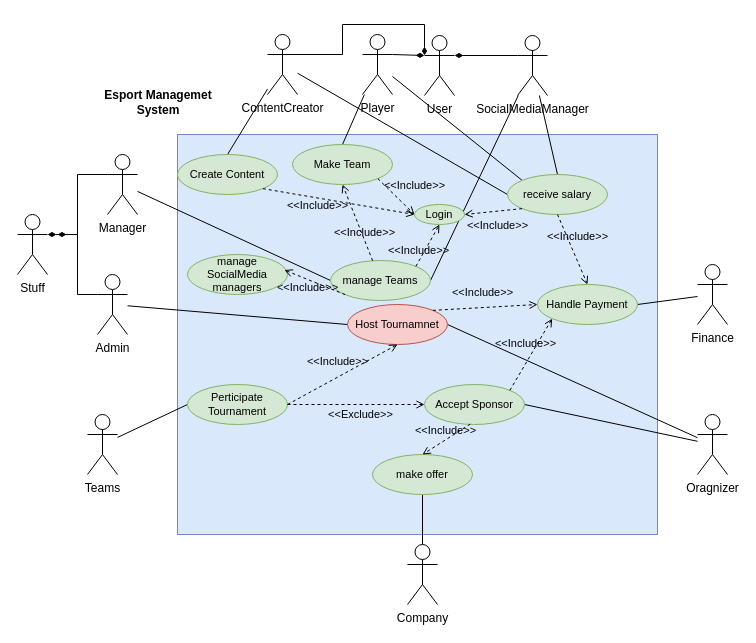
Before: page "Usecase" (1 of 3) of diagrams/Diagram.drawio in b14ck0ps/ADMS-Project-Report, a draw.io diagram. Source tidied: cells renumbered, new cells numbered last; positions are measured from the earlier drawing's top-left corner, leaving out a move shared by most shapes. Both pictures are drawn from the tidied source at 100%, with x=0, y=0 at pixel (17, 24).
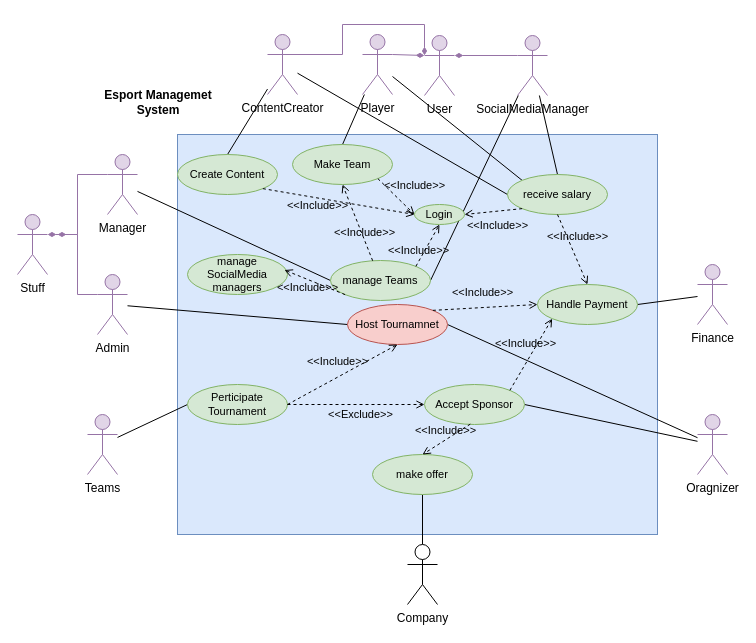
The same page after the edit.

Diff of the diagram source:
```diff
@@
-    <mxCell id="5" style="rounded=0;jettySize=auto;html=1;exitX=0;exitY=0.3333333333333333;exitDx=0;exitDy=0;exitPerimeter=0;endArrow=diamondThin;endFill=1;edgeStyle=elbowEdgeStyle;" parent="1" edge="1" source="7">
+    <mxCell id="5" style="rounded=0;jettySize=auto;html=1;exitX=0;exitY=0.3333333333333333;exitDx=0;exitDy=0;exitPerimeter=0;endArrow=diamondThin;endFill=1;edgeStyle=elbowEdgeStyle;fillColor=#e1d5e7;strokeColor=#9673a6;" parent="1" edge="1" source="7">
       <mxGeometry relative="1" as="geometry">
         <mxPoint x="40" y="210" as="targetPoint" />
       </mxGeometry>
     </mxCell>
@@
-    <mxCell id="7" value="Admin&lt;br&gt;" style="shape=umlActor;verticalLabelPosition=bottom;verticalAlign=top;html=1;outlineConnect=0;" parent="1" vertex="1">
+    <mxCell id="7" value="Admin&lt;br&gt;" style="shape=umlActor;verticalLabelPosition=bottom;verticalAlign=top;html=1;outlineConnect=0;fillColor=#e1d5e7;strokeColor=#9673a6;" parent="1" vertex="1">
       <mxGeometry x="80" y="250" width="30" height="60" as="geometry" />
     </mxCell>
-    <mxCell id="8" style="rounded=0;jettySize=auto;html=1;exitX=0;exitY=0.3333333333333333;exitDx=0;exitDy=0;exitPerimeter=0;endArrow=diamondThin;endFill=1;edgeStyle=elbowEdgeStyle;entryX=1;entryY=0.3333333333333333;entryDx=0;entryDy=0;entryPerimeter=0;" parent="1" edge="1" source="10" target="26">
+    <mxCell id="8" style="rounded=0;jettySize=auto;html=1;exitX=0;exitY=0.3333333333333333;exitDx=0;exitDy=0;exitPerimeter=0;endArrow=diamondThin;endFill=1;edgeStyle=elbowEdgeStyle;entryX=1;entryY=0.3333333333333333;entryDx=0;entryDy=0;entryPerimeter=0;fillColor=#e1d5e7;strokeColor=#9673a6;" parent="1" edge="1" source="10" target="26">
       <mxGeometry relative="1" as="geometry" />
     </mxCell>
@@
-    <mxCell id="10" value="Manager" style="shape=umlActor;verticalLabelPosition=bottom;verticalAlign=top;html=1;outlineConnect=0;" parent="1" vertex="1">
+    <mxCell id="10" value="Manager" style="shape=umlActor;verticalLabelPosition=bottom;verticalAlign=top;html=1;outlineConnect=0;fillColor=#e1d5e7;strokeColor=#9673a6;" parent="1" vertex="1">
       <mxGeometry x="90" y="130" width="30" height="60" as="geometry" />
     </mxCell>
@@
-    <mxCell id="12" value="Finance" style="shape=umlActor;verticalLabelPosition=bottom;verticalAlign=top;html=1;outlineConnect=0;" parent="1" vertex="1">
+    <mxCell id="12" value="Finance" style="shape=umlActor;verticalLabelPosition=bottom;verticalAlign=top;html=1;outlineConnect=0;fillColor=#e1d5e7;strokeColor=#9673a6;" parent="1" vertex="1">
       <mxGeometry x="680" y="240" width="30" height="60" as="geometry" />
     </mxCell>
@@
-    <mxCell id="14" value="Oragnizer" style="shape=umlActor;verticalLabelPosition=bottom;verticalAlign=top;html=1;outlineConnect=0;" parent="1" vertex="1">
+    <mxCell id="14" value="Oragnizer" style="shape=umlActor;verticalLabelPosition=bottom;verticalAlign=top;html=1;outlineConnect=0;fillColor=#e1d5e7;strokeColor=#9673a6;" parent="1" vertex="1">
       <mxGeometry x="680" y="390" width="30" height="60" as="geometry" />
     </mxCell>
@@
-    <mxCell id="18" value="Teams" style="shape=umlActor;verticalLabelPosition=bottom;verticalAlign=top;html=1;outlineConnect=0;" parent="1" vertex="1">
+    <mxCell id="18" value="Teams" style="shape=umlActor;verticalLabelPosition=bottom;verticalAlign=top;html=1;outlineConnect=0;fillColor=#e1d5e7;strokeColor=#9673a6;" parent="1" vertex="1">
       <mxGeometry x="70" y="390" width="30" height="60" as="geometry" />
     </mxCell>
-    <mxCell id="19" style="edgeStyle=orthogonalEdgeStyle;shape=connector;rounded=0;jettySize=auto;html=1;exitX=1;exitY=0.3333333333333333;exitDx=0;exitDy=0;exitPerimeter=0;entryX=0;entryY=0.3333333333333333;entryDx=0;entryDy=0;entryPerimeter=0;labelBackgroundColor=default;strokeColor=default;fontFamily=Helvetica;fontSize=11;fontColor=default;endArrow=diamondThin;endFill=1;" parent="1" edge="1" target="31">
+    <mxCell id="19" style="edgeStyle=orthogonalEdgeStyle;shape=connector;rounded=0;jettySize=auto;html=1;exitX=1;exitY=0.3333333333333333;exitDx=0;exitDy=0;exitPerimeter=0;entryX=0;entryY=0.3333333333333333;entryDx=0;entryDy=0;entryPerimeter=0;labelBackgroundColor=default;strokeColor=#9673a6;fontFamily=Helvetica;fontSize=11;fontColor=default;endArrow=diamondThin;endFill=1;fillColor=#e1d5e7;" parent="1" edge="1" target="31">
       <mxGeometry relative="1" as="geometry">
         <mxPoint x="275" y="30" as="sourcePoint" />
         <Array as="points">
           <mxPoint x="325" y="30" />
           <mxPoint x="325" />
           <mxPoint x="407" />
         </Array>
       </mxGeometry>
     </mxCell>
@@
-    <mxCell id="22" value="ContentCreator" style="shape=umlActor;verticalLabelPosition=bottom;verticalAlign=top;html=1;outlineConnect=0;" parent="1" vertex="1">
+    <mxCell id="22" value="ContentCreator" style="shape=umlActor;verticalLabelPosition=bottom;verticalAlign=top;html=1;outlineConnect=0;fillColor=#e1d5e7;strokeColor=#9673a6;" parent="1" vertex="1">
       <mxGeometry x="250" y="10" width="30" height="60" as="geometry" />
     </mxCell>
-    <mxCell id="23" style="edgeStyle=orthogonalEdgeStyle;shape=connector;rounded=0;jettySize=auto;html=1;exitX=0;exitY=0.3333333333333333;exitDx=0;exitDy=0;exitPerimeter=0;entryX=1;entryY=0.3333333333333333;entryDx=0;entryDy=0;entryPerimeter=0;labelBackgroundColor=default;strokeColor=default;fontFamily=Helvetica;fontSize=11;fontColor=default;endArrow=diamondThin;endFill=1;" parent="1" edge="1" source="25" target="31">
+    <mxCell id="23" style="edgeStyle=orthogonalEdgeStyle;shape=connector;rounded=0;jettySize=auto;html=1;exitX=0;exitY=0.3333333333333333;exitDx=0;exitDy=0;exitPerimeter=0;entryX=1;entryY=0.3333333333333333;entryDx=0;entryDy=0;entryPerimeter=0;labelBackgroundColor=default;strokeColor=#9673a6;fontFamily=Helvetica;fontSize=11;fontColor=default;endArrow=diamondThin;endFill=1;fillColor=#e1d5e7;" parent="1" edge="1" source="25" target="31">
       <mxGeometry relative="1" as="geometry" />
     </mxCell>
@@
-    <mxCell id="25" value="SocialMediaManager" style="shape=umlActor;verticalLabelPosition=bottom;verticalAlign=top;html=1;outlineConnect=0;" parent="1" vertex="1">
+    <mxCell id="25" value="SocialMediaManager" style="shape=umlActor;verticalLabelPosition=bottom;verticalAlign=top;html=1;outlineConnect=0;fillColor=#e1d5e7;strokeColor=#9673a6;" parent="1" vertex="1">
       <mxGeometry x="500" y="11" width="30" height="60" as="geometry" />
     </mxCell>
-    <mxCell id="26" value="Stuff" style="shape=umlActor;verticalLabelPosition=bottom;verticalAlign=top;html=1;outlineConnect=0;" parent="1" vertex="1">
+    <mxCell id="26" value="Stuff" style="shape=umlActor;verticalLabelPosition=bottom;verticalAlign=top;html=1;outlineConnect=0;fillColor=#e1d5e7;strokeColor=#9673a6;" parent="1" vertex="1">
       <mxGeometry y="190" width="30" height="60" as="geometry" />
     </mxCell>
-    <mxCell id="27" style="edgeStyle=none;shape=connector;rounded=0;jettySize=auto;html=1;exitX=1;exitY=0.3333333333333333;exitDx=0;exitDy=0;exitPerimeter=0;entryX=0;entryY=0.3333333333333333;entryDx=0;entryDy=0;entryPerimeter=0;labelBackgroundColor=default;strokeColor=default;fontFamily=Helvetica;fontSize=11;fontColor=default;endArrow=diamondThin;endFill=1;" parent="1" edge="1" source="30" target="31">
+    <mxCell id="27" style="edgeStyle=none;shape=connector;rounded=0;jettySize=auto;html=1;exitX=1;exitY=0.3333333333333333;exitDx=0;exitDy=0;exitPerimeter=0;entryX=0;entryY=0.3333333333333333;entryDx=0;entryDy=0;entryPerimeter=0;labelBackgroundColor=default;strokeColor=#9673a6;fontFamily=Helvetica;fontSize=11;fontColor=default;endArrow=diamondThin;endFill=1;fillColor=#e1d5e7;" parent="1" edge="1" source="30" target="31">
       <mxGeometry relative="1" as="geometry" />
     </mxCell>
@@
-    <mxCell id="30" value="Player" style="shape=umlActor;verticalLabelPosition=bottom;verticalAlign=top;html=1;outlineConnect=0;" parent="1" vertex="1">
+    <mxCell id="30" value="Player" style="shape=umlActor;verticalLabelPosition=bottom;verticalAlign=top;html=1;outlineConnect=0;fillColor=#e1d5e7;strokeColor=#9673a6;" parent="1" vertex="1">
       <mxGeometry x="345" y="10" width="30" height="60" as="geometry" />
     </mxCell>
-    <mxCell id="31" value="User" style="shape=umlActor;verticalLabelPosition=bottom;verticalAlign=top;html=1;outlineConnect=0;" parent="1" vertex="1">
+    <mxCell id="31" value="User" style="shape=umlActor;verticalLabelPosition=bottom;verticalAlign=top;html=1;outlineConnect=0;fillColor=#e1d5e7;strokeColor=#9673a6;" parent="1" vertex="1">
       <mxGeometry x="407" y="11" width="30" height="60" as="geometry" />
     </mxCell>
```
